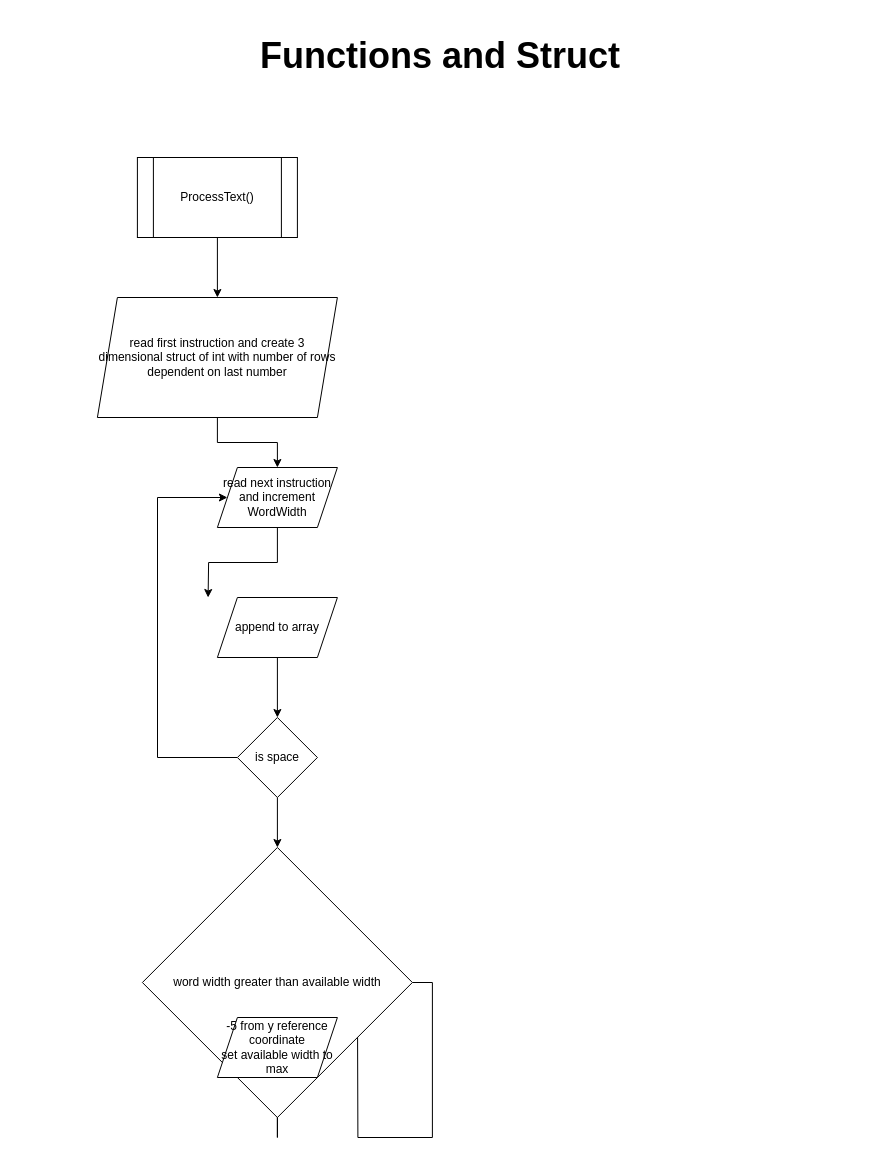
This is page "Page-2" (2 of 2) of TextRobotFlowchart.drawio from hanifadelekan/TextRobotPlanning, a draw.io file, before an edit. Source tidied: cells renumbered, new cells numbered last; positions are measured from the earlier drawing's top-left corner, leaving out a move shared by most shapes. Both pictures are drawn from the tidied source at 100%, with x=0, y=0 at pixel (97, 27).
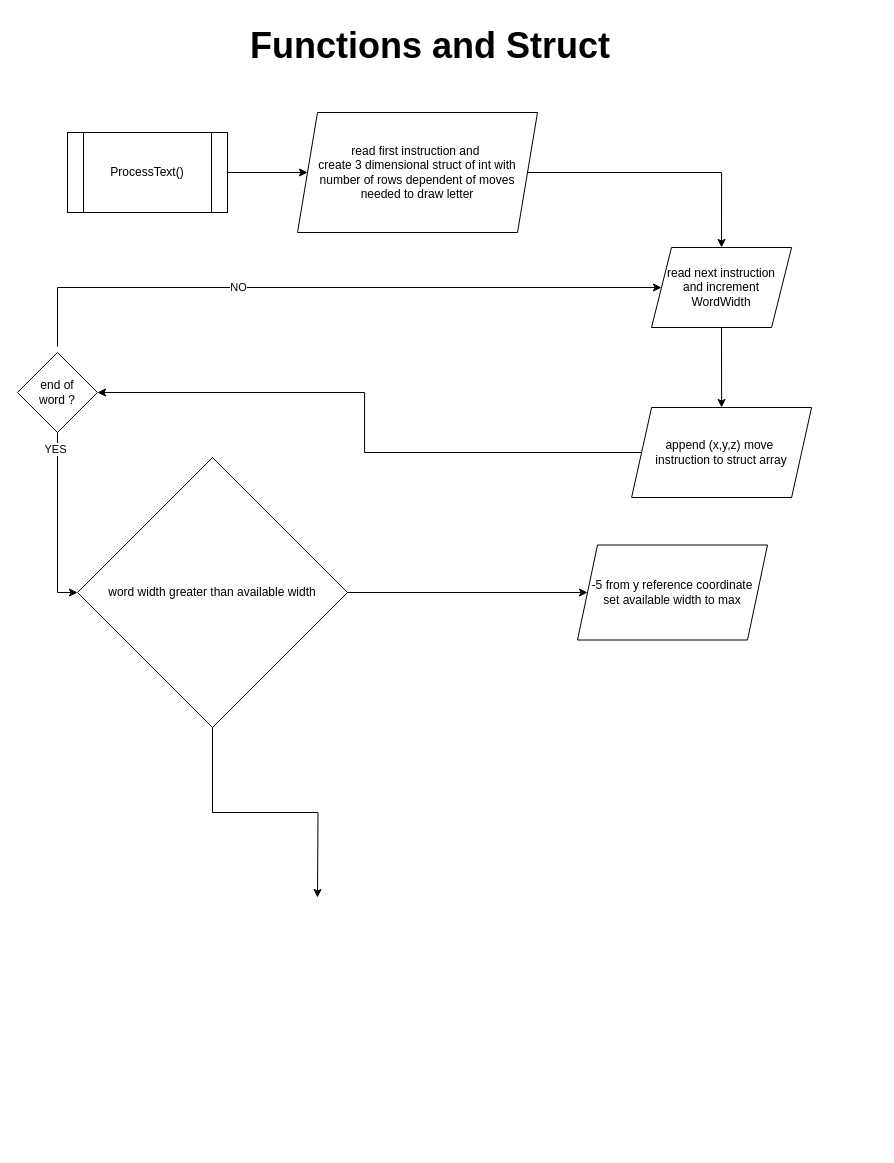
The same page after the edit.

Diff of the diagram source:
```diff
@@
-    <mxCell id="2" style="edgeStyle=orthogonalEdgeStyle;rounded=0;orthogonalLoop=1;jettySize=auto;html=1;exitX=0.5;exitY=1;exitDx=0;exitDy=0;entryX=0.5;entryY=0;entryDx=0;entryDy=0;" parent="1" edge="1">
-      <mxGeometry relative="1" as="geometry">
-        <mxPoint x="119.9" y="210" as="sourcePoint" />
-        <mxPoint x="119.9" y="270" as="targetPoint" />
-      </mxGeometry>
-    </mxCell>
+    <mxCell id="18" style="edgeStyle=orthogonalEdgeStyle;rounded=0;jettySize=auto;html=1;exitX=1;exitY=0.5;exitDx=0;exitDy=0;entryX=0;entryY=0.5;entryDx=0;entryDy=0;" parent="1" edge="1" source="3" target="5">
+      <mxGeometry relative="1" as="geometry" />
+    </mxCell>
     <mxCell id="3" value="ProcessText()" style="shape=process;whiteSpace=wrap;html=1;backgroundOutline=1;" parent="1" vertex="1">
-      <mxGeometry x="39.9" y="130" width="160" height="80" as="geometry" />
+      <mxGeometry x="-30" y="105" width="160" height="80" as="geometry" />
     </mxCell>
-    <mxCell id="4" style="edgeStyle=orthogonalEdgeStyle;rounded=0;jettySize=auto;html=1;exitX=0.5;exitY=1;exitDx=0;exitDy=0;entryX=0.5;entryY=0;entryDx=0;entryDy=0;" parent="1" edge="1" source="5" target="7">
+    <mxCell id="4" style="edgeStyle=orthogonalEdgeStyle;rounded=0;jettySize=auto;html=1;exitX=1;exitY=0.5;exitDx=0;exitDy=0;entryX=0.5;entryY=0;entryDx=0;entryDy=0;" parent="1" edge="1" source="5" target="7">
       <mxGeometry relative="1" as="geometry" />
     </mxCell>
-    <mxCell id="5" value="read first instruction and create 3 dimensional struct of int with number of rows dependent on last number" style="shape=parallelogram;perimeter=parallelogramPerimeter;whiteSpace=wrap;html=1;fixedSize=1;" parent="1" vertex="1">
-      <mxGeometry x="-0.1" y="270" width="240" height="120" as="geometry" />
+    <mxCell id="5" value="read first instruction and&amp;nbsp;&lt;div&gt;create 3 dimensional struct of int with number of rows dependent of moves needed to draw letter&lt;/div&gt;" style="shape=parallelogram;perimeter=parallelogramPerimeter;whiteSpace=wrap;html=1;fixedSize=1;" parent="1" vertex="1">
+      <mxGeometry x="200" y="85" width="240" height="120" as="geometry" />
     </mxCell>
-    <mxCell id="6" style="edgeStyle=orthogonalEdgeStyle;rounded=0;jettySize=auto;html=1;exitX=0.5;exitY=1;exitDx=0;exitDy=0;" parent="1" edge="1" source="7">
-      <mxGeometry relative="1" as="geometry">
-        <mxPoint x="110.6" y="570" as="targetPoint" />
-      </mxGeometry>
+    <mxCell id="6" style="edgeStyle=orthogonalEdgeStyle;rounded=0;jettySize=auto;html=1;exitX=0.5;exitY=1;exitDx=0;exitDy=0;entryX=0.5;entryY=0;entryDx=0;entryDy=0;" parent="1" edge="1" source="7" target="12">
+      <mxGeometry relative="1" as="geometry" />
     </mxCell>
-    <mxCell id="7" value="read next instruction and increment WordWidth" style="shape=parallelogram;perimeter=parallelogramPerimeter;whiteSpace=wrap;html=1;fixedSize=1;" parent="1" vertex="1">
-      <mxGeometry x="119.9" y="440" width="120" height="60" as="geometry" />
+    <mxCell id="7" value="read next instruction&lt;div&gt;and increment WordWidth&lt;/div&gt;" style="shape=parallelogram;perimeter=parallelogramPerimeter;whiteSpace=wrap;html=1;fixedSize=1;" parent="1" vertex="1">
+      <mxGeometry x="554" y="220" width="140.1" height="80" as="geometry" />
     </mxCell>
-    <mxCell id="8" style="edgeStyle=orthogonalEdgeStyle;rounded=0;jettySize=auto;html=1;exitX=0;exitY=0.5;exitDx=0;exitDy=0;entryX=0;entryY=0.5;entryDx=0;entryDy=0;" parent="1" edge="1" source="10" target="7">
+    <mxCell id="8" style="edgeStyle=orthogonalEdgeStyle;rounded=0;jettySize=auto;html=1;exitX=0.5;exitY=-0.075;exitDx=0;exitDy=0;entryX=0;entryY=0.5;entryDx=0;entryDy=0;exitPerimeter=0;" parent="1" edge="1" source="10" target="7">
       <mxGeometry relative="1" as="geometry">
         <Array as="points">
-          <mxPoint x="60" y="730" />
-          <mxPoint x="60" y="470" />
+          <mxPoint x="-40" y="260" />
         </Array>
       </mxGeometry>
     </mxCell>
+    <mxCell id="19" value="NO" style="edgeLabel;html=1;align=center;verticalAlign=middle;" parent="8" vertex="1">
+      <mxGeometry x="-0.28" y="1" relative="1" as="geometry" />
+    </mxCell>
-    <mxCell id="9" style="edgeStyle=orthogonalEdgeStyle;rounded=0;jettySize=auto;html=1;exitX=0.5;exitY=1;exitDx=0;exitDy=0;" parent="1" edge="1" source="10" target="15">
+    <mxCell id="9" style="edgeStyle=orthogonalEdgeStyle;rounded=0;jettySize=auto;html=1;exitX=0.5;exitY=1;exitDx=0;exitDy=0;entryX=0;entryY=0.5;entryDx=0;entryDy=0;" parent="1" edge="1" source="10" target="15">
       <mxGeometry relative="1" as="geometry" />
     </mxCell>
+    <mxCell id="20" value="YES" style="edgeLabel;html=1;align=center;verticalAlign=middle;" parent="9" vertex="1">
+      <mxGeometry x="-0.82" y="-3" relative="1" as="geometry" />
+    </mxCell>
-    <mxCell id="10" value="is space" style="rhombus;whiteSpace=wrap;html=1;" parent="1" vertex="1">
-      <mxGeometry x="139.9" y="690" width="80" height="80" as="geometry" />
+    <mxCell id="10" value="end of&lt;div&gt;word ?&lt;/div&gt;" style="rhombus;whiteSpace=wrap;html=1;" parent="1" vertex="1">
+      <mxGeometry x="-80" y="325" width="80" height="80" as="geometry" />
     </mxCell>
-    <mxCell id="11" style="edgeStyle=orthogonalEdgeStyle;rounded=0;jettySize=auto;html=1;exitX=0.5;exitY=1;exitDx=0;exitDy=0;entryX=0.5;entryY=0;entryDx=0;entryDy=0;" parent="1" edge="1" source="12" target="10">
+    <mxCell id="11" style="edgeStyle=orthogonalEdgeStyle;rounded=0;jettySize=auto;html=1;exitX=0;exitY=0.5;exitDx=0;exitDy=0;entryX=1;entryY=0.5;entryDx=0;entryDy=0;" parent="1" edge="1" source="12" target="10">
       <mxGeometry relative="1" as="geometry" />
     </mxCell>
-    <mxCell id="12" value="append to array" style="shape=parallelogram;perimeter=parallelogramPerimeter;whiteSpace=wrap;html=1;fixedSize=1;" parent="1" vertex="1">
-      <mxGeometry x="119.9" y="570" width="120" height="60" as="geometry" />
+    <mxCell id="12" value="append (x,y,z) move&amp;nbsp;&lt;div&gt;instruction to struct array&lt;/div&gt;" style="shape=parallelogram;perimeter=parallelogramPerimeter;whiteSpace=wrap;html=1;fixedSize=1;" parent="1" vertex="1">
+      <mxGeometry x="534.1" y="380" width="180" height="90" as="geometry" />
     </mxCell>
-    <mxCell id="13" style="edgeStyle=orthogonalEdgeStyle;rounded=0;jettySize=auto;html=1;exitX=1;exitY=0.5;exitDx=0;exitDy=0;" parent="1" edge="1" source="15">
-      <mxGeometry relative="1" as="geometry">
-        <mxPoint x="259.9" y="955.3" as="targetPoint" />
-      </mxGeometry>
-    </mxCell>
-    <mxCell id="14" style="edgeStyle=orthogonalEdgeStyle;rounded=0;jettySize=auto;html=1;exitX=0.5;exitY=1;exitDx=0;exitDy=0;" parent="1" edge="1" source="15" target="16">
+    <mxCell id="14" style="edgeStyle=orthogonalEdgeStyle;rounded=0;jettySize=auto;html=1;exitX=1;exitY=0.5;exitDx=0;exitDy=0;" parent="1" edge="1" source="15" target="16">
       <mxGeometry relative="1" as="geometry" />
     </mxCell>
+    <mxCell id="21" style="edgeStyle=orthogonalEdgeStyle;rounded=0;jettySize=auto;html=1;exitX=0.5;exitY=1;exitDx=0;exitDy=0;" parent="1" edge="1" source="15">
+      <mxGeometry relative="1" as="geometry">
+        <mxPoint x="220" y="870" as="targetPoint" />
+      </mxGeometry>
+    </mxCell>
     <mxCell id="15" value="word width greater than available width" style="rhombus;whiteSpace=wrap;html=1;" parent="1" vertex="1">
-      <mxGeometry x="44.9" y="820" width="270" height="270" as="geometry" />
+      <mxGeometry x="-20" y="430" width="270" height="270" as="geometry" />
     </mxCell>
     <mxCell id="16" value="-5 from y reference coordinate&lt;div&gt;set available width to max&lt;/div&gt;" style="shape=parallelogram;perimeter=parallelogramPerimeter;whiteSpace=wrap;html=1;fixedSize=1;" parent="1" vertex="1">
-      <mxGeometry x="119.9" y="990" width="120" height="60" as="geometry" />
+      <mxGeometry x="480" y="517.5" width="190" height="95" as="geometry" />
     </mxCell>
     <mxCell id="17" value="&lt;h1 style=&quot;margin-top: 0px;&quot;&gt;Functions and Struct&lt;/h1&gt;" style="text;html=1;whiteSpace=wrap;overflow=hidden;rounded=0;fontSize=18;" parent="1" vertex="1">
-      <mxGeometry x="161.2" width="617.6" height="110" as="geometry" />
+      <mxGeometry x="151.2" y="-10" width="617.6" height="110" as="geometry" />
     </mxCell>
```
